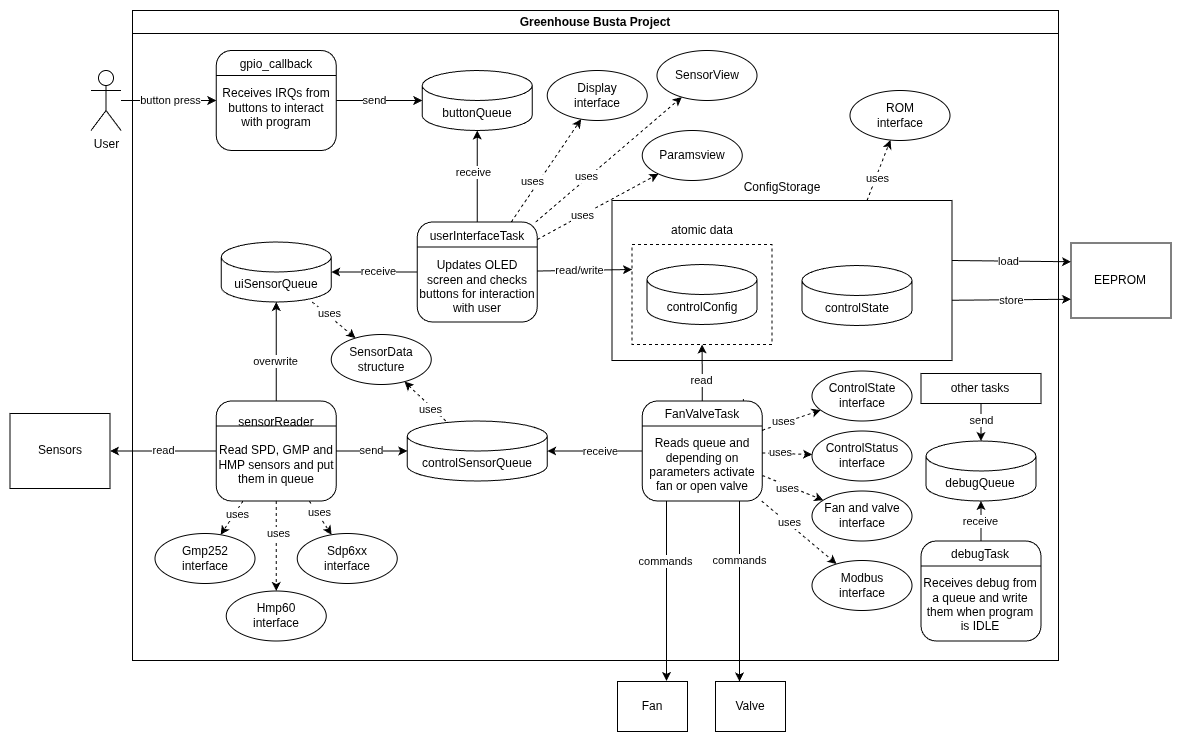
The draw.io diagram doc/images/system_diagram.png in BurningStratus/greenhouse-busta, before a commit. Source tidied: cells renumbered, new cells last; positions are measured from the earlier drawing's top-left corner, leaving out a move shared by most shapes.
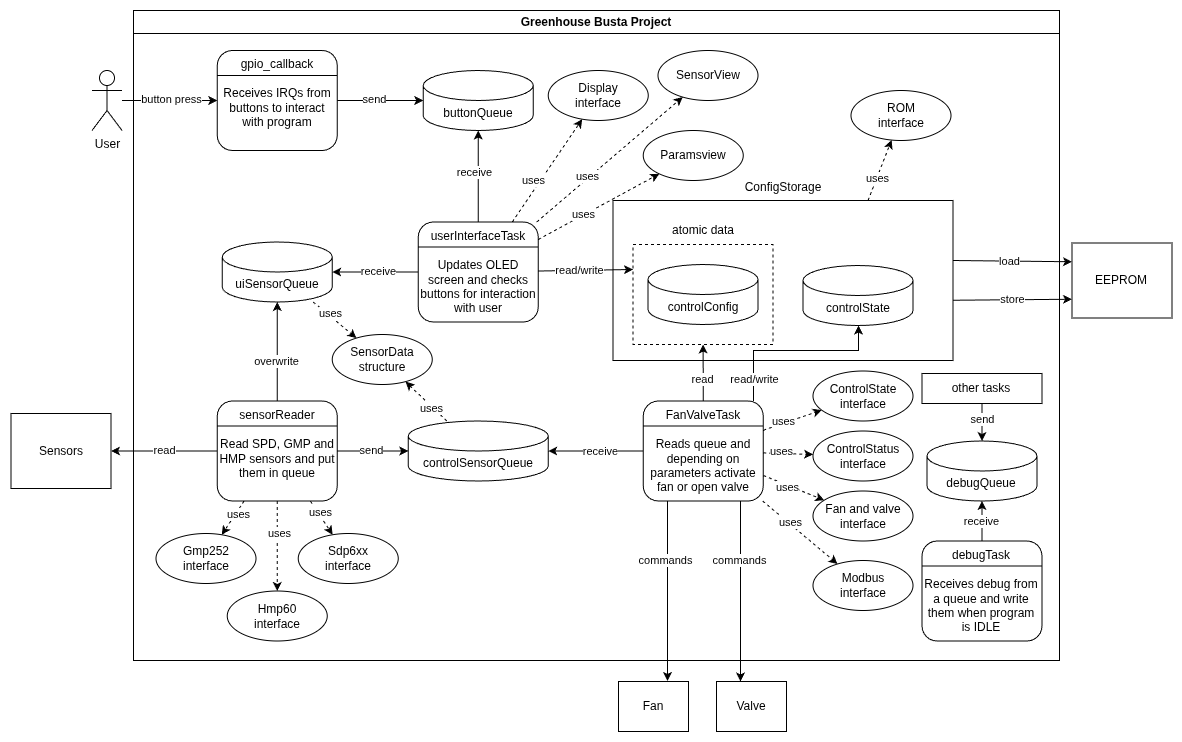
Later version of the same file.

Commit message:
Fixed some mistakes in system diagram and added description

The edit, as a diff of the source:
```diff
@@ -11,11 +11,6 @@
     <mxCell id="4" style="edgeStyle=orthogonalEdgeStyle;rounded=0;jettySize=auto;html=1;" parent="2" edge="1" source="7" target="33">
       <mxGeometry relative="1" as="geometry" />
     </mxCell>
-    <mxCell id="5" value="read" style="edgeLabel;html=1;align=center;verticalAlign=middle;" parent="4" vertex="1">
-      <mxGeometry x="-0.86" y="5" relative="1" as="geometry">
-        <mxPoint x="36" y="5" as="offset" />
-      </mxGeometry>
-    </mxCell>
     <mxCell id="6" value="read" style="edgeLabel;html=1;align=center;verticalAlign=middle;" parent="4" vertex="1">
       <mxGeometry x="-0.25" y="3" relative="1" as="geometry">
         <mxPoint x="2" as="offset" />
@@ -39,7 +34,7 @@
     <mxCell id="12" style="endArrow=none;html=1;rounded=0;exitX=0;exitY=0.25;exitDx=0;exitDy=0;entryX=1;entryY=0.25;entryDx=0;entryDy=0;" parent="2" edge="1" source="11" target="11">
       <mxGeometry relative="1" as="geometry" />
     </mxCell>
-    <mxCell id="13" value="&lt;div&gt;sensorReader&lt;/div&gt;&lt;div&gt;&lt;br&gt;&lt;/div&gt;&lt;div&gt;Read SPD, GMP and HMP sensors and put them in queue&lt;/div&gt;" style="rounded=1;whiteSpace=wrap;html=1;" parent="2" vertex="1">
+    <mxCell id="13" value="&lt;div&gt;sensorReader&lt;/div&gt;&lt;div&gt;&lt;br&gt;&lt;/div&gt;&lt;div&gt;Read SPD, GMP and HMP sensors and put them in queue&lt;/div&gt;&lt;div&gt;&lt;br&gt;&lt;/div&gt;" style="rounded=1;whiteSpace=wrap;html=1;" parent="2" vertex="1">
       <mxGeometry x="83.8" y="390.5" width="120" height="100" as="geometry" />
     </mxCell>
     <mxCell id="14" style="endArrow=none;html=1;rounded=0;exitX=0;exitY=0.25;exitDx=0;exitDy=0;entryX=1;entryY=0.25;entryDx=0;entryDy=0;" parent="2" edge="1" source="13" target="13">
@@ -215,9 +210,6 @@
     <mxCell id="64" value="uses" style="edgeLabel;html=1;align=center;verticalAlign=middle;" parent="63" vertex="1">
       <mxGeometry x="-0.29" y="2" relative="1" as="geometry" />
     </mxCell>
-    <mxCell id="65" value="controlState" style="shape=cylinder3;whiteSpace=wrap;html=1;boundedLbl=1;backgroundOutline=1;size=15;" parent="2" vertex="1">
-      <mxGeometry x="669.5" y="255" width="110" height="60" as="geometry" />
-    </mxCell>
     <mxCell id="66" value="ROM&lt;div&gt;interface&lt;/div&gt;" style="ellipse;whiteSpace=wrap;html=1;" parent="2" vertex="1">
       <mxGeometry x="717.5" y="80" width="100" height="50" as="geometry" />
     </mxCell>
@@ -323,6 +315,22 @@
         <mxPoint y="3" as="offset" />
       </mxGeometry>
     </mxCell>
+    <mxCell id="98" style="edgeStyle=orthogonalEdgeStyle;rounded=0;jettySize=auto;html=1;" parent="2" edge="1" source="7" target="65">
+      <mxGeometry relative="1" as="geometry">
+        <Array as="points">
+          <mxPoint x="620" y="340" />
+          <mxPoint x="725" y="340" />
+        </Array>
+      </mxGeometry>
+    </mxCell>
+    <mxCell id="99" value="read/write" style="edgeLabel;html=1;align=center;verticalAlign=middle;" parent="98" vertex="1">
+      <mxGeometry x="-0.77" y="-1" relative="1" as="geometry">
+        <mxPoint y="-1" as="offset" />
+      </mxGeometry>
+    </mxCell>
+    <mxCell id="65" value="controlState" style="shape=cylinder3;whiteSpace=wrap;html=1;boundedLbl=1;backgroundOutline=1;size=15;" parent="2" vertex="1">
+      <mxGeometry x="669.5" y="255" width="110" height="60" as="geometry" />
+    </mxCell>
     <mxCell id="94" value="Fan" style="rounded=0;whiteSpace=wrap;html=1;" parent="1" vertex="1">
       <mxGeometry x="607" y="671" width="70" height="50" as="geometry" />
     </mxCell>
```
